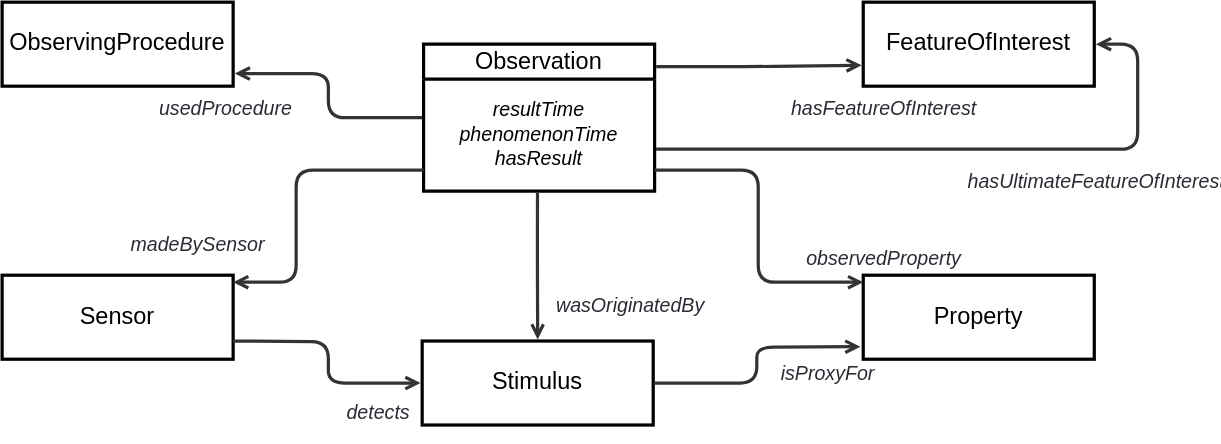
Earlier version of the draw.io export ssn/images/Observation-overview.svg (afeliachi/sdw-sosa-ssn). Source tidied: cells renumbered, new cells last; positions are measured from the earlier drawing's top-left corner, leaving out a move shared by most shapes.
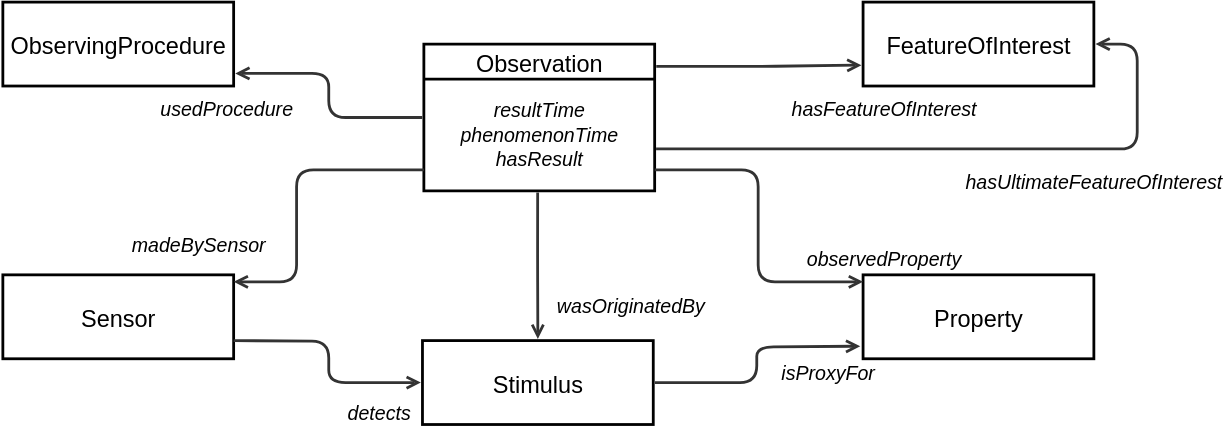
Above is the later version.

What changed in the source:
```diff
@@ -2,28 +2,28 @@
   <root>
     <mxCell id="0" />
     <mxCell id="1" parent="0" />
-    <mxCell id="2" value="FeatureOfInterest" style="html=1;overflow=block;blockSpacing=1;whiteSpace=wrap;fontSize=16.8;align=center;spacing=0;strokeOpacity=100;fillColor=none;strokeWidth=2.3;" parent="1" vertex="1">
+    <mxCell id="2" value="FeatureOfInterest" style="html=1;overflow=block;blockSpacing=1;whiteSpace=wrap;fontSize=16.8;align=center;spacing=0;strokeOpacity=100;fillColor=none;strokeWidth=2;fontColor=default;convertToSvg=1;" parent="1" vertex="1">
       <mxGeometry x="615" width="165" height="60" as="geometry" />
     </mxCell>
-    <mxCell id="3" value="ObservingProcedure" style="html=1;overflow=block;blockSpacing=1;whiteSpace=wrap;fontSize=16.8;align=center;spacing=0;strokeOpacity=100;fillColor=none;strokeWidth=2.3;" parent="1" vertex="1">
+    <mxCell id="3" value="ObservingProcedure" style="html=1;overflow=block;blockSpacing=1;whiteSpace=wrap;fontSize=16.8;align=center;spacing=0;strokeOpacity=100;fillColor=none;strokeWidth=2;fontColor=default;convertToSvg=1;" parent="1" vertex="1">
       <mxGeometry width="165" height="60" as="geometry" />
     </mxCell>
-    <mxCell id="4" style="html=1;jettySize=18;whiteSpace=wrap;fontSize=13;strokeColor=#333333;strokeOpacity=100;strokeWidth=2.3;rounded=1;arcSize=24;edgeStyle=orthogonalEdgeStyle;startArrow=none;endArrow=open;exitX=1.007;exitY=0.152;exitPerimeter=0;entryX=-0.007;entryY=0.751;entryPerimeter=0;lucidId=~07gIvk_i6wY;" parent="1" edge="1" source="6" target="2">
+    <mxCell id="4" style="html=1;jettySize=18;whiteSpace=wrap;fontSize=13;strokeColor=#333333;strokeOpacity=100;strokeWidth=2;rounded=1;arcSize=24;edgeStyle=orthogonalEdgeStyle;startArrow=none;endArrow=open;exitX=1.007;exitY=0.152;exitPerimeter=0;entryX=-0.007;entryY=0.751;entryPerimeter=0;lucidId=~07gIvk_i6wY;fontColor=default;convertToSvg=1;" parent="1" edge="1" source="6" target="2">
       <mxGeometry relative="1" as="geometry" />
     </mxCell>
-    <mxCell id="5" value="hasFeatureOfInterest" style="html=1;overflow=block;blockSpacing=1;whiteSpace=wrap;fontSize=14;fontColor=#282c33;fontStyle=2;align=center;spacing=0;strokeColor=none;strokeOpacity=100;fillOpacity=100;fillColor=none;strokeWidth=2.3;lucidId=o17gQQJ62XIS;" parent="1" vertex="1">
+    <mxCell id="5" value="hasFeatureOfInterest" style="html=1;overflow=block;blockSpacing=1;whiteSpace=wrap;fontSize=14;fontColor=default;fontStyle=2;align=center;spacing=0;strokeColor=none;strokeOpacity=100;fillOpacity=100;fillColor=none;strokeWidth=2;lucidId=o17gQQJ62XIS;convertToSvg=1;" parent="1" vertex="1">
       <mxGeometry x="540" y="53" width="180" height="45" as="geometry" />
     </mxCell>
-    <mxCell id="6" value="Observation" style="html=1;overflow=block;blockSpacing=1;swimlane;horizontal=1;fontStyle=0;swimlaneFillColor=none;startSize=25;whiteSpace=wrap;fontSize=16.8;align=center;spacing=0;strokeOpacity=100;fillColor=none;strokeWidth=2.3;" parent="1" vertex="1">
+    <mxCell id="6" value="Observation" style="html=1;overflow=block;blockSpacing=1;swimlane;horizontal=1;fontStyle=0;swimlaneFillColor=none;startSize=25;whiteSpace=wrap;fontSize=16.8;align=center;spacing=0;strokeOpacity=100;fillColor=none;strokeWidth=2;fontColor=default;convertToSvg=1;" parent="1" vertex="1">
       <mxGeometry x="301" y="30" width="165" height="105" as="geometry" />
     </mxCell>
-    <mxCell id="7" value="&lt;div style=&quot;display: flex; justify-content: center; text-align: center; align-items: baseline; line-height: 1.25; margin-top: -2px;&quot;&gt;&lt;span style=&quot;font-style: italic;&quot;&gt;&lt;font style=&quot;font-size: 14px;&quot;&gt;resultTime&lt;br&gt;&lt;/font&gt;&lt;/span&gt;&lt;/div&gt;&lt;div style=&quot;display: flex; justify-content: center; text-align: center; align-items: baseline; line-height: 1.25; margin-top: -2px;&quot;&gt;&lt;span&gt;&lt;span style=&quot;font-style: italic;&quot;&gt;&lt;font style=&quot;font-size: 14px;&quot;&gt;phenomenonTime&lt;br&gt;&lt;/font&gt;&lt;/span&gt;&lt;/span&gt;&lt;/div&gt;&lt;div style=&quot;display: flex; justify-content: center; text-align: center; align-items: baseline; line-height: 1.25; margin-top: -2px;&quot;&gt;&lt;span style=&quot;font-style: italic;&quot;&gt;&lt;font style=&quot;font-size: 14px;&quot;&gt;hasResult&lt;/font&gt;&lt;/span&gt;&lt;/div&gt;" style="html=1;strokeColor=none;fillColor=none;verticalAlign=middle;spacingLeft=4;spacingRight=4;overflow=hidden;points=[[0,0.5],[1,0.5]];portConstraint=eastwest;swimlaneFillColor=#unset;strokeOpacity=100;whiteSpace=wrap;fontSize=15.2;fontStyle=2;align=center;" parent="6" vertex="1">
+    <mxCell id="7" value="&lt;div style=&quot;display: flex; justify-content: center; text-align: center; align-items: baseline; line-height: 1.25; margin-top: -2px;&quot;&gt;&lt;span style=&quot;font-style: italic;&quot;&gt;&lt;font style=&quot;font-size: 14px;&quot;&gt;resultTime&lt;br&gt;&lt;/font&gt;&lt;/span&gt;&lt;/div&gt;&lt;div style=&quot;display: flex; justify-content: center; text-align: center; align-items: baseline; line-height: 1.25; margin-top: -2px;&quot;&gt;&lt;span&gt;&lt;span style=&quot;font-style: italic;&quot;&gt;&lt;font style=&quot;font-size: 14px;&quot;&gt;phenomenonTime&lt;br&gt;&lt;/font&gt;&lt;/span&gt;&lt;/span&gt;&lt;/div&gt;&lt;div style=&quot;display: flex; justify-content: center; text-align: center; align-items: baseline; line-height: 1.25; margin-top: -2px;&quot;&gt;&lt;span style=&quot;font-style: italic;&quot;&gt;&lt;font style=&quot;font-size: 14px;&quot;&gt;hasResult&lt;/font&gt;&lt;/span&gt;&lt;/div&gt;" style="html=1;strokeColor=none;fillColor=none;verticalAlign=middle;spacingLeft=4;spacingRight=4;overflow=hidden;points=[[0,0.5],[1,0.5]];portConstraint=eastwest;swimlaneFillColor=#unset;strokeOpacity=100;whiteSpace=wrap;fontSize=15.2;fontStyle=2;align=center;fontColor=default;convertToSvg=1;strokeWidth=2;" parent="6" vertex="1">
       <mxGeometry y="25" width="165" height="80" as="geometry" />
     </mxCell>
-    <mxCell id="8" value="Sensor" style="html=1;overflow=block;blockSpacing=1;whiteSpace=wrap;fontSize=16.8;align=center;spacing=0;strokeOpacity=100;fillColor=none;strokeWidth=2.3;" parent="1" vertex="1">
+    <mxCell id="8" value="Sensor" style="html=1;overflow=block;blockSpacing=1;whiteSpace=wrap;fontSize=16.8;align=center;spacing=0;strokeOpacity=100;fillColor=none;strokeWidth=2;fontColor=default;convertToSvg=1;" parent="1" vertex="1">
       <mxGeometry y="195" width="165" height="60" as="geometry" />
     </mxCell>
-    <mxCell id="9" style="html=1;jettySize=18;whiteSpace=wrap;fontSize=13;strokeColor=#333333;strokeOpacity=100;strokeWidth=2.3;rounded=1;arcSize=24;edgeStyle=orthogonalEdgeStyle;startArrow=none;endArrow=open;lucidId=pEnhoM4dJrAu;" parent="1" edge="1" source="7" target="8">
+    <mxCell id="9" style="html=1;jettySize=18;whiteSpace=wrap;fontSize=13;strokeColor=#333333;strokeOpacity=100;strokeWidth=2;rounded=1;arcSize=24;edgeStyle=orthogonalEdgeStyle;startArrow=none;endArrow=open;lucidId=pEnhoM4dJrAu;fontColor=default;convertToSvg=1;" parent="1" edge="1" source="7" target="8">
       <mxGeometry relative="1" as="geometry">
         <Array as="points">
           <mxPoint x="210" y="120" />
@@ -31,19 +31,19 @@
         </Array>
       </mxGeometry>
     </mxCell>
-    <mxCell id="10" value="madeBySensor" style="html=1;overflow=block;blockSpacing=1;whiteSpace=wrap;fontSize=14;fontColor=#282c33;fontStyle=2;align=center;spacing=0;strokeColor=none;strokeOpacity=100;fillOpacity=100;fillColor=none;strokeWidth=2.3;lucidId=REnh4P5LXUKC;" parent="1" vertex="1">
+    <mxCell id="10" value="madeBySensor" style="html=1;overflow=block;blockSpacing=1;whiteSpace=wrap;fontSize=14;fontColor=default;fontStyle=2;align=center;spacing=0;strokeColor=none;strokeOpacity=100;fillOpacity=100;fillColor=none;strokeWidth=2;lucidId=REnh4P5LXUKC;convertToSvg=1;" parent="1" vertex="1">
       <mxGeometry x="50" y="150" width="180" height="45" as="geometry" />
     </mxCell>
-    <mxCell id="11" style="html=1;jettySize=18;whiteSpace=wrap;fontSize=13;strokeColor=#333333;strokeOpacity=100;strokeWidth=2.3;rounded=1;arcSize=24;edgeStyle=orthogonalEdgeStyle;startArrow=none;endArrow=open;exitX=-0.007;exitY=0.5;exitPerimeter=0;entryX=1.007;entryY=0.85;entryPerimeter=0;lucidId=_EnhHLSaz8x5;" parent="1" edge="1" source="6" target="3">
+    <mxCell id="11" style="html=1;jettySize=18;whiteSpace=wrap;fontSize=13;strokeColor=#333333;strokeOpacity=100;strokeWidth=2;rounded=1;arcSize=24;edgeStyle=orthogonalEdgeStyle;startArrow=none;endArrow=open;exitX=-0.007;exitY=0.5;exitPerimeter=0;entryX=1.007;entryY=0.85;entryPerimeter=0;lucidId=_EnhHLSaz8x5;fontColor=default;convertToSvg=1;" parent="1" edge="1" source="6" target="3">
       <mxGeometry relative="1" as="geometry" />
     </mxCell>
-    <mxCell id="12" value="usedProcedure" style="html=1;overflow=block;blockSpacing=1;whiteSpace=wrap;fontSize=14;fontColor=#282c33;fontStyle=2;align=center;spacing=0;strokeColor=none;strokeOpacity=100;fillOpacity=100;fillColor=none;strokeWidth=2.3;lucidId=pFnhXCzcV6r5;" parent="1" vertex="1">
+    <mxCell id="12" value="usedProcedure" style="html=1;overflow=block;blockSpacing=1;whiteSpace=wrap;fontSize=14;fontColor=default;fontStyle=2;align=center;spacing=0;strokeColor=none;strokeOpacity=100;fillOpacity=100;fillColor=none;strokeWidth=2;lucidId=pFnhXCzcV6r5;convertToSvg=1;" parent="1" vertex="1">
       <mxGeometry x="70" y="53" width="180" height="45" as="geometry" />
     </mxCell>
-    <mxCell id="13" value="Property" style="html=1;overflow=block;blockSpacing=1;whiteSpace=wrap;fontSize=16.8;align=center;spacing=0;strokeOpacity=100;fillColor=none;strokeWidth=2.3;" parent="1" vertex="1">
+    <mxCell id="13" value="Property" style="html=1;overflow=block;blockSpacing=1;whiteSpace=wrap;fontSize=16.8;align=center;spacing=0;strokeOpacity=100;fillColor=none;strokeWidth=2;fontColor=default;convertToSvg=1;" parent="1" vertex="1">
       <mxGeometry x="615" y="195" width="165" height="60" as="geometry" />
     </mxCell>
-    <mxCell id="14" style="html=1;jettySize=18;whiteSpace=wrap;fontSize=13;strokeColor=#333333;strokeOpacity=100;strokeWidth=2.3;rounded=1;arcSize=24;edgeStyle=orthogonalEdgeStyle;startArrow=none;endArrow=open;lucidId=rHnhzhYCxNac;" parent="1" edge="1" source="7" target="13">
+    <mxCell id="14" style="html=1;jettySize=18;whiteSpace=wrap;fontSize=13;strokeColor=#333333;strokeOpacity=100;strokeWidth=2;rounded=1;arcSize=24;edgeStyle=orthogonalEdgeStyle;startArrow=none;endArrow=open;lucidId=rHnhzhYCxNac;fontColor=default;convertToSvg=1;" parent="1" edge="1" source="7" target="13">
       <mxGeometry relative="1" as="geometry">
         <Array as="points">
           <mxPoint x="540" y="120" />
@@ -51,13 +51,13 @@
         </Array>
       </mxGeometry>
     </mxCell>
-    <mxCell id="15" value="observedProperty" style="html=1;overflow=block;blockSpacing=1;whiteSpace=wrap;fontSize=14;fontColor=#282c33;fontStyle=2;align=center;spacing=0;strokeColor=none;strokeOpacity=100;fillOpacity=100;fillColor=none;strokeWidth=2.3;lucidId=uHnhI1piTKAt;" parent="1" vertex="1">
+    <mxCell id="15" value="observedProperty" style="html=1;overflow=block;blockSpacing=1;whiteSpace=wrap;fontSize=14;fontColor=default;fontStyle=2;align=center;spacing=0;strokeColor=none;strokeOpacity=100;fillOpacity=100;fillColor=none;strokeWidth=2;lucidId=uHnhI1piTKAt;convertToSvg=1;" parent="1" vertex="1">
       <mxGeometry x="540" y="160" width="180" height="45" as="geometry" />
     </mxCell>
-    <mxCell id="16" value="hasUltimateFeatureOfInterest" style="html=1;overflow=block;blockSpacing=1;whiteSpace=wrap;fontSize=14;fontColor=#282c33;fontStyle=2;align=center;spacing=0;strokeColor=none;strokeOpacity=100;fillOpacity=100;fillColor=none;strokeWidth=2.3;lucidId=6BohEpO367qT;" parent="1" vertex="1">
+    <mxCell id="16" value="hasUltimateFeatureOfInterest" style="html=1;overflow=block;blockSpacing=1;whiteSpace=wrap;fontSize=14;fontColor=default;fontStyle=2;align=center;spacing=0;strokeColor=none;strokeOpacity=100;fillOpacity=100;fillColor=none;strokeWidth=2;lucidId=6BohEpO367qT;convertToSvg=1;" parent="1" vertex="1">
       <mxGeometry x="690" y="105" width="180" height="45" as="geometry" />
     </mxCell>
-    <mxCell id="17" style="html=1;jettySize=18;whiteSpace=wrap;fontSize=13;strokeColor=#333333;strokeOpacity=100;strokeWidth=2.3;rounded=1;arcSize=24;edgeStyle=orthogonalEdgeStyle;startArrow=none;endArrow=open;entryX=1.007;entryY=0.5;entryPerimeter=0;lucidId=6BohYQ~8N4yf;" parent="1" edge="1" target="2">
+    <mxCell id="17" style="html=1;jettySize=18;whiteSpace=wrap;fontSize=13;strokeColor=#333333;strokeOpacity=100;strokeWidth=2;rounded=1;arcSize=24;edgeStyle=orthogonalEdgeStyle;startArrow=none;endArrow=open;entryX=1.007;entryY=0.5;entryPerimeter=0;lucidId=6BohYQ~8N4yf;fontColor=default;convertToSvg=1;" parent="1" edge="1" target="2">
       <mxGeometry relative="1" as="geometry">
         <mxPoint x="467" y="105" as="sourcePoint" />
         <Array as="points">
@@ -66,29 +66,29 @@
         </Array>
       </mxGeometry>
     </mxCell>
-    <mxCell id="18" value="Stimulus" style="html=1;overflow=block;blockSpacing=1;whiteSpace=wrap;fontSize=16.8;align=center;spacing=0;strokeOpacity=100;fillColor=none;strokeWidth=2.3;" parent="1" vertex="1">
+    <mxCell id="18" value="Stimulus" style="html=1;overflow=block;blockSpacing=1;whiteSpace=wrap;fontSize=16.8;align=center;spacing=0;strokeOpacity=100;fillColor=none;strokeWidth=2;fontColor=default;convertToSvg=1;" parent="1" vertex="1">
       <mxGeometry x="300" y="242" width="165" height="60" as="geometry" />
     </mxCell>
-    <mxCell id="19" style="html=1;jettySize=18;whiteSpace=wrap;fontSize=13;strokeColor=#333333;strokeOpacity=100;strokeWidth=2.3;rounded=1;arcSize=24;edgeStyle=orthogonalEdgeStyle;startArrow=none;endArrow=open;exitX=0.493;exitY=1.011;exitPerimeter=0;entryX=0.5;entryY=-0.019;entryPerimeter=0;lucidId=GVGifJTZcuMY;" parent="1" edge="1" source="6" target="18">
+    <mxCell id="19" style="html=1;jettySize=18;whiteSpace=wrap;fontSize=13;strokeColor=#333333;strokeOpacity=100;strokeWidth=2;rounded=1;arcSize=24;edgeStyle=orthogonalEdgeStyle;startArrow=none;endArrow=open;exitX=0.493;exitY=1.011;exitPerimeter=0;entryX=0.5;entryY=-0.019;entryPerimeter=0;lucidId=GVGifJTZcuMY;fontColor=default;convertToSvg=1;" parent="1" edge="1" source="6" target="18">
       <mxGeometry relative="1" as="geometry" />
     </mxCell>
-    <mxCell id="20" style="html=1;jettySize=18;whiteSpace=wrap;fontSize=13;strokeColor=#333333;strokeOpacity=100;strokeWidth=2.3;rounded=1;arcSize=24;edgeStyle=orthogonalEdgeStyle;startArrow=none;endArrow=open;entryX=-0.007;entryY=0.5;entryPerimeter=0;lucidId=GVGiPQym3tr0;" parent="1" edge="1" target="18">
+    <mxCell id="20" style="html=1;jettySize=18;whiteSpace=wrap;fontSize=13;strokeColor=#333333;strokeOpacity=100;strokeWidth=2;rounded=1;arcSize=24;edgeStyle=orthogonalEdgeStyle;startArrow=none;endArrow=open;entryX=-0.007;entryY=0.5;entryPerimeter=0;lucidId=GVGiPQym3tr0;fontColor=default;convertToSvg=1;" parent="1" edge="1" target="18">
       <mxGeometry relative="1" as="geometry">
         <mxPoint x="165" y="242" as="sourcePoint" />
       </mxGeometry>
     </mxCell>
-    <mxCell id="21" value="wasOriginatedBy" style="html=1;overflow=block;blockSpacing=1;whiteSpace=wrap;fontSize=14;fontColor=#282c33;fontStyle=2;align=center;spacing=0;strokeColor=none;strokeOpacity=100;fillOpacity=100;fillColor=none;strokeWidth=2.3;lucidId=GVGibzVyvxxc;" parent="1" vertex="1">
+    <mxCell id="21" value="wasOriginatedBy" style="html=1;overflow=block;blockSpacing=1;whiteSpace=wrap;fontSize=14;fontColor=default;fontStyle=2;align=center;spacing=0;strokeColor=none;strokeOpacity=100;fillOpacity=100;fillColor=none;strokeWidth=2;lucidId=GVGibzVyvxxc;convertToSvg=1;" parent="1" vertex="1">
       <mxGeometry x="359" y="194" width="180" height="45" as="geometry" />
     </mxCell>
-    <mxCell id="22" value="detects" style="html=1;overflow=block;blockSpacing=1;whiteSpace=wrap;fontSize=14;fontColor=#282c33;fontStyle=2;align=center;spacing=0;strokeColor=none;strokeOpacity=100;fillOpacity=100;fillColor=none;strokeWidth=2.3;lucidId=GVGija.rCsO8;" parent="1" vertex="1">
+    <mxCell id="22" value="detects" style="html=1;overflow=block;blockSpacing=1;whiteSpace=wrap;fontSize=14;fontColor=default;fontStyle=2;align=center;spacing=0;strokeColor=none;strokeOpacity=100;fillOpacity=100;fillColor=none;strokeWidth=2;lucidId=GVGija.rCsO8;convertToSvg=1;" parent="1" vertex="1">
       <mxGeometry x="179" y="270" width="180" height="45" as="geometry" />
     </mxCell>
-    <mxCell id="23" style="html=1;jettySize=18;whiteSpace=wrap;fontSize=13;strokeColor=#333333;strokeOpacity=100;strokeWidth=2.3;rounded=1;arcSize=24;edgeStyle=orthogonalEdgeStyle;startArrow=none;endArrow=open;exitX=1.007;exitY=0.5;exitPerimeter=0;lucidId=GVGi87ktYdf_;" parent="1" edge="1" source="18">
+    <mxCell id="23" style="html=1;jettySize=18;whiteSpace=wrap;fontSize=13;strokeColor=#333333;strokeOpacity=100;strokeWidth=2;rounded=1;arcSize=24;edgeStyle=orthogonalEdgeStyle;startArrow=none;endArrow=open;exitX=1.007;exitY=0.5;exitPerimeter=0;lucidId=GVGi87ktYdf_;fontColor=default;convertToSvg=1;" parent="1" edge="1" source="18">
       <mxGeometry relative="1" as="geometry">
         <mxPoint x="613" y="246" as="targetPoint" />
       </mxGeometry>
     </mxCell>
-    <mxCell id="24" value="isProxyFor" style="html=1;overflow=block;blockSpacing=1;whiteSpace=wrap;fontSize=14;fontColor=#282c33;fontStyle=2;align=center;spacing=0;strokeColor=none;strokeOpacity=100;fillOpacity=100;fillColor=none;strokeWidth=2.3;lucidId=GVGim0D8ubtx;" parent="1" vertex="1">
+    <mxCell id="24" value="isProxyFor" style="html=1;overflow=block;blockSpacing=1;whiteSpace=wrap;fontSize=14;fontColor=default;fontStyle=2;align=center;spacing=0;strokeColor=none;strokeOpacity=100;fillOpacity=100;fillColor=none;strokeWidth=2;lucidId=GVGim0D8ubtx;convertToSvg=1;" parent="1" vertex="1">
       <mxGeometry x="500" y="242" width="180" height="45" as="geometry" />
     </mxCell>
   </root>
```
